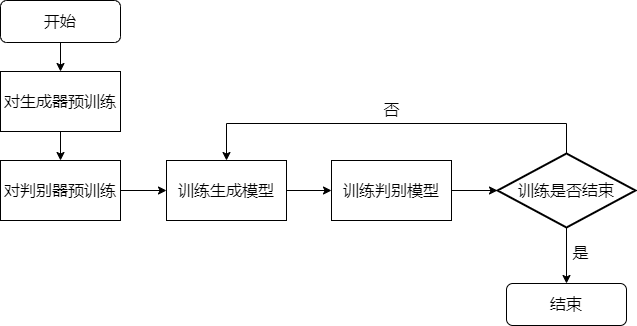
The draw.io diagram seagan-d.drawio.png in lakomi/pictures, before a commit. Source tidied: cells renumbered, new cells last; positions are measured from the earlier drawing's top-left corner, leaving out a move shared by most shapes.
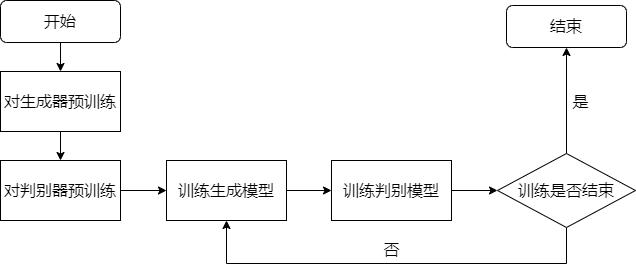
Later version of the same file.

Diff of the diagram source:
```diff
@@ -32,28 +32,28 @@
     <mxCell id="11" value="训练判别模型" style="rounded=0;whiteSpace=wrap;html=1;fontSize=16;" parent="1" vertex="1">
       <mxGeometry x="331" y="160" width="120" height="60" as="geometry" />
     </mxCell>
-    <mxCell id="12" style="edgeStyle=orthogonalEdgeStyle;rounded=0;jettySize=auto;html=1;exitX=0.5;exitY=1;exitDx=0;exitDy=0;exitPerimeter=0;fontSize=16;" parent="1" edge="1" source="14" target="15">
+    <mxCell id="12" style="edgeStyle=orthogonalEdgeStyle;rounded=0;jettySize=auto;html=1;exitX=0.5;exitY=0;exitDx=0;exitDy=0;exitPerimeter=0;entryX=0.5;entryY=1;entryDx=0;entryDy=0;" parent="1" edge="1" source="14" target="15">
       <mxGeometry relative="1" as="geometry" />
     </mxCell>
-    <mxCell id="13" style="edgeStyle=orthogonalEdgeStyle;rounded=0;jettySize=auto;html=1;exitX=0.5;exitY=0;exitDx=0;exitDy=0;exitPerimeter=0;entryX=0.5;entryY=0;entryDx=0;entryDy=0;fontSize=23;" parent="1" edge="1" source="14" target="9">
+    <mxCell id="13" style="edgeStyle=orthogonalEdgeStyle;rounded=0;jettySize=auto;html=1;exitX=0.5;exitY=1;exitDx=0;exitDy=0;exitPerimeter=0;entryX=0.5;entryY=1;entryDx=0;entryDy=0;" parent="1" edge="1" source="14" target="9">
       <mxGeometry relative="1" as="geometry">
         <Array as="points">
-          <mxPoint x="566" y="123" />
-          <mxPoint x="226" y="123" />
+          <mxPoint x="566" y="263" />
+          <mxPoint x="226" y="263" />
         </Array>
       </mxGeometry>
     </mxCell>
-    <mxCell id="14" value="训练是否结束" style="strokeWidth=2;html=1;shape=mxgraph.flowchart.decision;whiteSpace=wrap;fontSize=16;" parent="1" vertex="1">
+    <mxCell id="14" value="训练是否结束" style="strokeWidth=1;html=1;shape=mxgraph.flowchart.decision;whiteSpace=wrap;fontSize=16;" parent="1" vertex="1">
       <mxGeometry x="497" y="153" width="138" height="74" as="geometry" />
     </mxCell>
     <mxCell id="15" value="结束" style="rounded=1;whiteSpace=wrap;html=1;fontSize=16;" parent="1" vertex="1">
-      <mxGeometry x="506" y="283" width="120" height="42" as="geometry" />
+      <mxGeometry x="506" y="5" width="120" height="42" as="geometry" />
     </mxCell>
     <mxCell id="16" value="是" style="text;html=1;align=center;verticalAlign=middle;strokeColor=none;fillColor=none;fontSize=16;" parent="1" vertex="1">
-      <mxGeometry x="567" y="240" width="26" height="23" as="geometry" />
+      <mxGeometry x="567" y="89.5" width="26" height="23" as="geometry" />
     </mxCell>
     <mxCell id="17" value="否" style="text;html=1;align=center;verticalAlign=middle;strokeColor=none;fillColor=none;fontSize=16;" parent="1" vertex="1">
-      <mxGeometry x="378" y="97" width="26" height="23" as="geometry" />
+      <mxGeometry x="378" y="237" width="26" height="23" as="geometry" />
     </mxCell>
   </root>
 </mxGraphModel>
```
